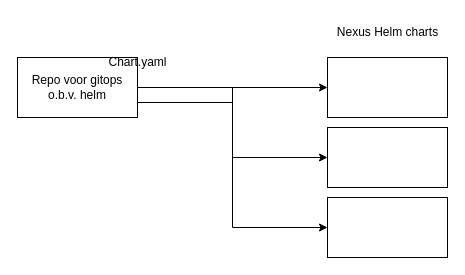
Above: Untitled Diagram.drawio in Sirolf86/SSO (draw.io), before the change. Source tidied: cells renumbered, new cells numbered last; positions are measured from the earlier drawing's top-left corner, leaving out a move shared by most shapes. Both pictures are drawn from the tidied source at 100%, with x=0, y=0 at pixel (17, 17).
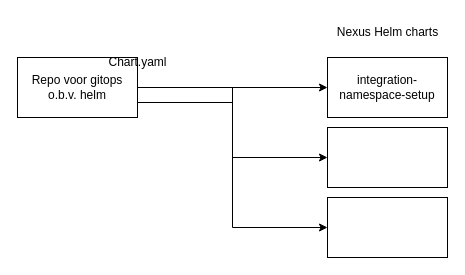
The same page after the edit.

What changed in the source:
```diff
@@
 <mxGraphModel>
   <root>
     <mxCell id="0" />
     <mxCell id="1" parent="0" />
     <mxCell id="2" style="edgeStyle=orthogonalEdgeStyle;rounded=0;jettySize=auto;html=1;exitX=1;exitY=0.5;exitDx=0;exitDy=0;entryX=0;entryY=0.5;entryDx=0;entryDy=0;" parent="1" edge="1" source="5" target="9">
       <mxGeometry relative="1" as="geometry" />
     </mxCell>
     <mxCell id="3" style="edgeStyle=orthogonalEdgeStyle;rounded=0;jettySize=auto;html=1;exitX=1;exitY=0.75;exitDx=0;exitDy=0;entryX=0;entryY=0.5;entryDx=0;entryDy=0;" parent="1" edge="1" source="5" target="7">
       <mxGeometry relative="1" as="geometry" />
     </mxCell>
     <mxCell id="4" style="edgeStyle=orthogonalEdgeStyle;rounded=0;jettySize=auto;html=1;entryX=0;entryY=0.5;entryDx=0;entryDy=0;" parent="1" edge="1" source="5" target="8">
       <mxGeometry relative="1" as="geometry" />
     </mxCell>
     <mxCell id="5" value="Repo voor gitops o.b.v. helm&lt;br&gt;" style="rounded=0;whiteSpace=wrap;html=1;" parent="1" vertex="1">
       <mxGeometry y="40" width="120" height="60" as="geometry" />
     </mxCell>
     <mxCell id="6" value="Chart.yaml&lt;br&gt;" style="text;html=1;align=center;verticalAlign=middle;strokeColor=none;fillColor=none;" parent="1" vertex="1">
       <mxGeometry x="80" y="30" width="80" height="30" as="geometry" />
     </mxCell>
     <mxCell id="7" style="rounded=0;whiteSpace=wrap;html=1;" parent="1" vertex="1">
       <mxGeometry x="310" y="110" width="120" height="60" as="geometry" />
     </mxCell>
     <mxCell id="8" style="rounded=0;whiteSpace=wrap;html=1;" parent="1" vertex="1">
       <mxGeometry x="310" y="180" width="120" height="60" as="geometry" />
     </mxCell>
-    <mxCell id="9" style="rounded=0;whiteSpace=wrap;html=1;" parent="1" vertex="1">
+    <mxCell id="9" value="integration-namespace-setup&lt;br&gt;" style="rounded=0;whiteSpace=wrap;html=1;" parent="1" vertex="1">
       <mxGeometry x="310" y="40" width="120" height="60" as="geometry" />
     </mxCell>
     <mxCell id="10" value="Nexus Helm charts&lt;br&gt;" style="text;html=1;align=center;verticalAlign=middle;strokeColor=none;fillColor=none;" parent="1" vertex="1">
       <mxGeometry x="310" width="120" height="30" as="geometry" />
     </mxCell>
   </root>
 </mxGraphModel>
```
